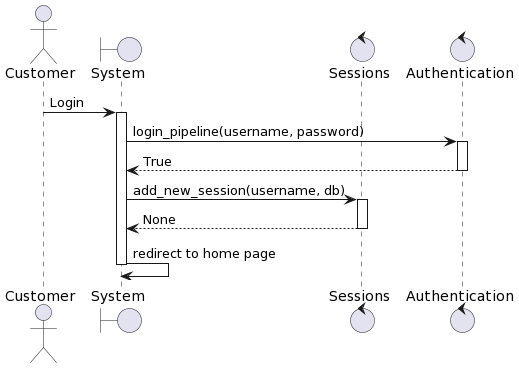
The PlantUML diagram docs/diagrams/sequences/login.png in jerry327755/onlineStoreTemplate, before a commit. Source of this version:
```plantuml
@startuml
actor Customer
boundary "System" as system
control "Sessions" as sessions
control "Authentication" as auth
Customer -> system: Login
activate system
system -> auth: login_pipeline(username, password)
activate auth
auth --> system: True
deactivate auth
system -> sessions: add_new_session(username, db)
activate sessions
sessions --> system: None
deactivate sessions
system -> system: redirect to home page
deactivate system
@enduml
```
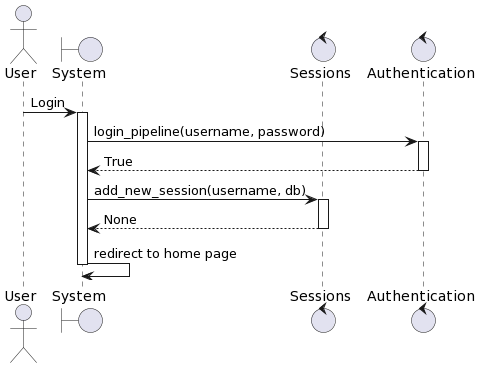
After the commit.

What changed in the source:
```diff
@@ -1,9 +1,9 @@
 @startuml
-actor Customer
+actor User
 boundary "System" as system
 control "Sessions" as sessions
 control "Authentication" as auth
-Customer -> system: Login
+User -> system: Login
 activate system
 system -> auth: login_pipeline(username, password)
 activate auth
```
